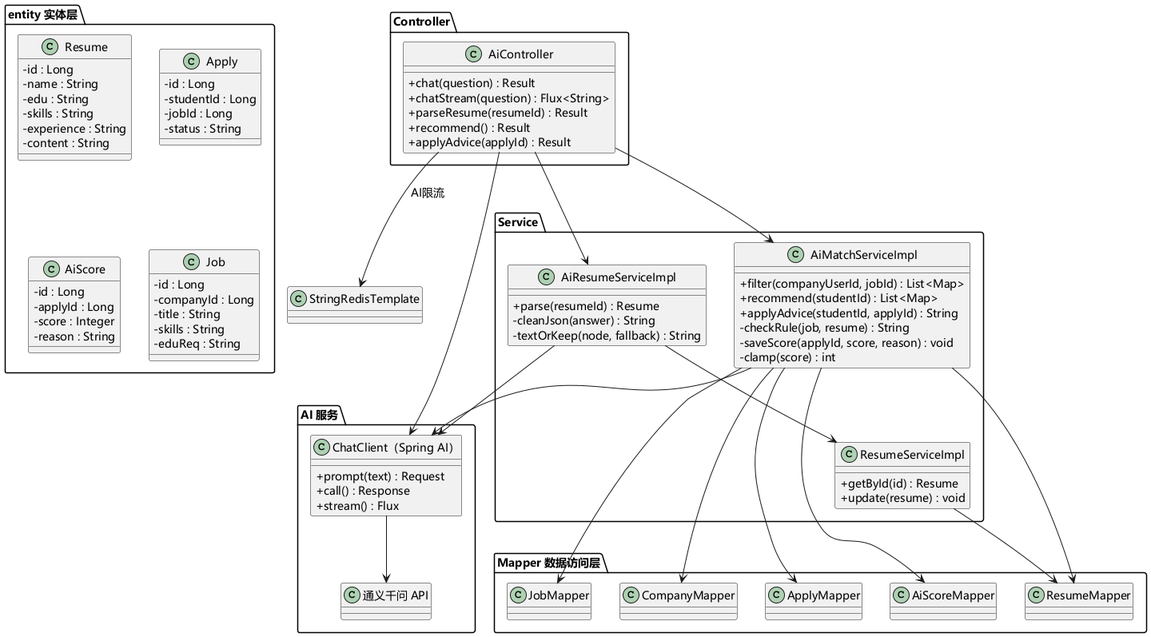
Above: uml/png/李翔/李翔-AI智能模块设计类图.png in sheep7-bot/recruit-internship-system (PlantUML), before the change.
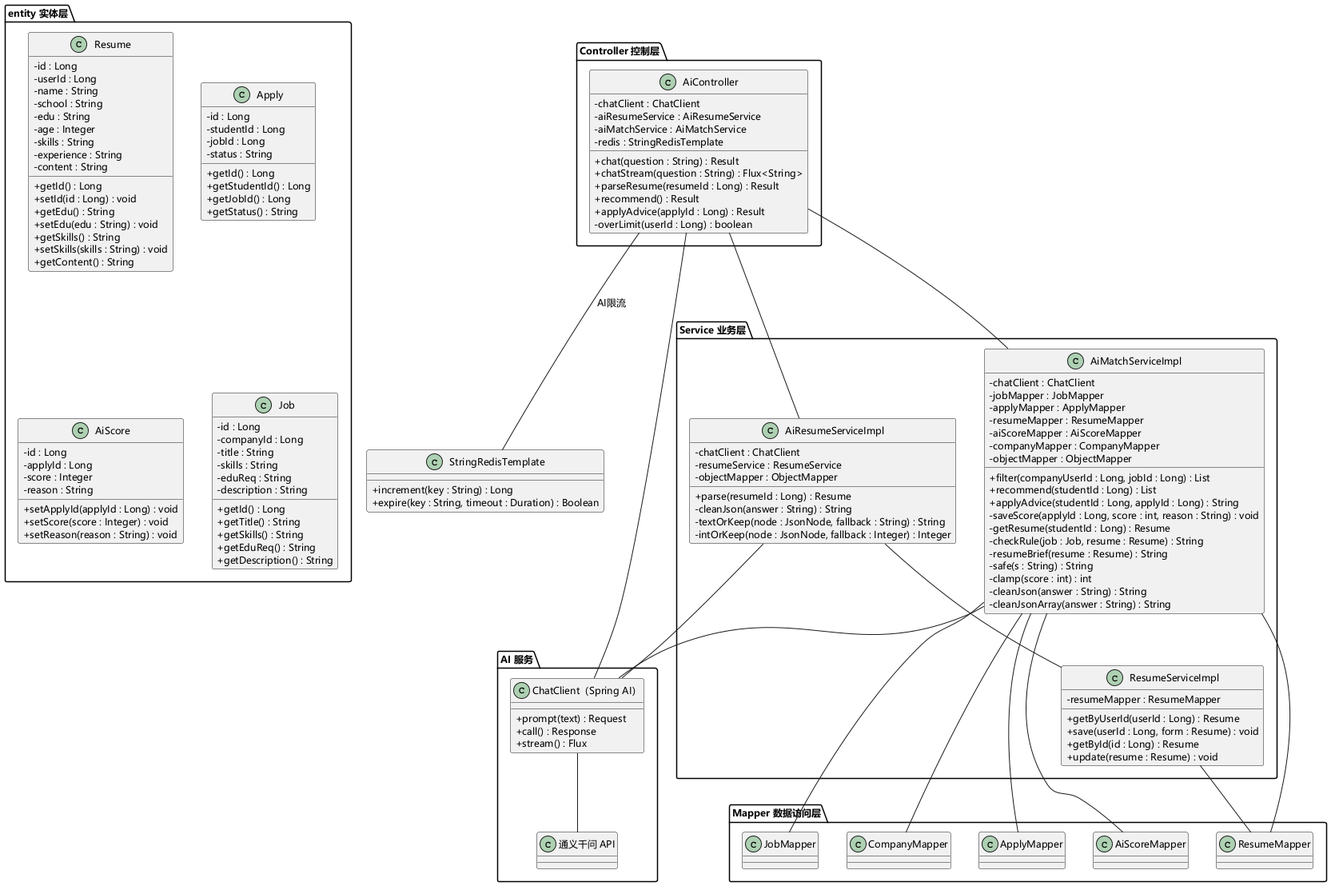
Above is the later version.

Diff of the diagram source:
```diff
@@ -1,35 +1,60 @@
 @startuml 李翔-AI智能模块设计类图
 skinparam defaultFontName "Microsoft YaHei"
 skinparam classAttributeIconSize 0
-skinparam defaultFontSize 14
+skinparam defaultFontSize 12
+skinparam defaultFontSize 12
 
-package "Controller" {
+package "Controller 控制层" {
   class AiController {
-    +chat(question) : Result
-    +chatStream(question) : Flux<String>
-    +parseResume(resumeId) : Result
+    -chatClient : ChatClient
+    -aiResumeService : AiResumeService
+    -aiMatchService : AiMatchService
+    -redis : StringRedisTemplate
+    +chat(question : String) : Result
+    +chatStream(question : String) : Flux<String>
+    +parseResume(resumeId : Long) : Result
     +recommend() : Result
-    +applyAdvice(applyId) : Result
+    +applyAdvice(applyId : Long) : Result
+    -overLimit(userId : Long) : boolean
   }
 }
 
-package "Service" {
+package "Service 业务层" {
   class AiResumeServiceImpl {
-    +parse(resumeId) : Resume
-    -cleanJson(answer) : String
-    -textOrKeep(node, fallback) : String
+    -chatClient : ChatClient
+    -resumeService : ResumeService
+    -objectMapper : ObjectMapper
+    +parse(resumeId : Long) : Resume
+    -cleanJson(answer : String) : String
+    -textOrKeep(node : JsonNode, fallback : String) : String
+    -intOrKeep(node : JsonNode, fallback : Integer) : Integer
   }
   class AiMatchServiceImpl {
-    +filter(companyUserId, jobId) : List<Map>
-    +recommend(studentId) : List<Map>
-    +applyAdvice(studentId, applyId) : String
-    -checkRule(job, resume) : String
-    -saveScore(applyId, score, reason) : void
-    -clamp(score) : int
+    -chatClient : ChatClient
+    -jobMapper : JobMapper
+    -applyMapper : ApplyMapper
+    -resumeMapper : ResumeMapper
+    -aiScoreMapper : AiScoreMapper
+    -companyMapper : CompanyMapper
+    -objectMapper : ObjectMapper
+    +filter(companyUserId : Long, jobId : Long) : List
+    +recommend(studentId : Long) : List
+    +applyAdvice(studentId : Long, applyId : Long) : String
+    -saveScore(applyId : Long, score : int, reason : String) : void
+    -getResume(studentId : Long) : Resume
+    -checkRule(job : Job, resume : Resume) : String
+    -resumeBrief(resume : Resume) : String
+    -safe(s : String) : String
+    -clamp(score : int) : int
+    -cleanJson(answer : String) : String
+    -cleanJsonArray(answer : String) : String
   }
   class ResumeServiceImpl {
-    +getById(id) : Resume
-    +update(resume) : void
+    -resumeMapper : ResumeMapper
+    +getByUserId(userId : Long) : Resume
+    +save(userId : Long, form : Resume) : void
+    +getById(id : Long) : Resume
+    +update(resume : Resume) : void
   }
 }
 
@@ -44,23 +69,40 @@
 package "entity 实体层" {
   class Resume {
     -id : Long
+    -userId : Long
     -name : String
+    -school : String
     -edu : String
+    -age : Integer
     -skills : String
     -experience : String
     -content : String
+    +getId() : Long
+    +setId(id : Long) : void
+    +getEdu() : String
+    +setEdu(edu : String) : void
+    +getSkills() : String
+    +setSkills(skills : String) : void
+    +getContent() : String
   }
   class Apply {
     -id : Long
     -studentId : Long
     -jobId : Long
     -status : String
+    +getId() : Long
+    +getStudentId() : Long
+    +getJobId() : Long
+    +getStatus() : String
   }
   class AiScore {
     -id : Long
     -applyId : Long
     -score : Integer
     -reason : String
+    +setApplyId(applyId : Long) : void
+    +setScore(score : Integer) : void
+    +setReason(reason : String) : void
   }
   class Job {
     -id : Long
@@ -68,6 +110,12 @@
     -title : String
     -skills : String
     -eduReq : String
+    -description : String
+    +getId() : Long
+    +getTitle() : String
+    +getSkills() : String
+    +getEduReq() : String
+    +getDescription() : String
   }
 }
 
@@ -80,22 +128,25 @@
   class "通义千问 API" as Qwen
 }
 
-class StringRedisTemplate
+class StringRedisTemplate {
+  +increment(key : String) : Long
+  +expire(key : String, timeout : Duration) : Boolean
+}
 
-AiController --> AiResumeServiceImpl
-AiController --> AiMatchServiceImpl
-AiController --> ChatClient
-AiController --> StringRedisTemplate : AI限流
+AiController -- AiResumeServiceImpl
+AiController -- AiMatchServiceImpl
+AiController -- ChatClient
+AiController -- StringRedisTemplate : AI限流
 
-AiResumeServiceImpl --> ResumeServiceImpl
-AiResumeServiceImpl --> ChatClient
-AiMatchServiceImpl --> ResumeMapper
-AiMatchServiceImpl --> ApplyMapper
-AiMatchServiceImpl --> AiScoreMapper
-AiMatchServiceImpl --> JobMapper
-AiMatchServiceImpl --> CompanyMapper
-AiMatchServiceImpl --> ChatClient
+AiResumeServiceImpl -- ResumeServiceImpl
+AiResumeServiceImpl -- ChatClient
+AiMatchServiceImpl -- ResumeMapper
+AiMatchServiceImpl -- ApplyMapper
+AiMatchServiceImpl -- AiScoreMapper
+AiMatchServiceImpl -- JobMapper
+AiMatchServiceImpl -- CompanyMapper
+AiMatchServiceImpl -- ChatClient
 
-ResumeServiceImpl --> ResumeMapper
-ChatClient --> Qwen
+ResumeServiceImpl -- ResumeMapper
+ChatClient -- Qwen
 @enduml
```
